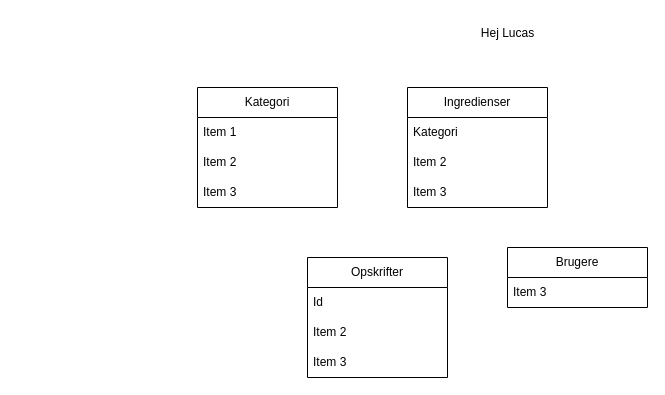
This is HandleLetDomain.drawio from JaisAndersen/HandleLet, a draw.io file, before an edit. Source tidied: cells renumbered, new cells numbered last; positions are measured from the earlier drawing's top-left corner, leaving out a move shared by most shapes. Both pictures are drawn from the tidied source at 100%, with x=0, y=0 at pixel (197, 20).
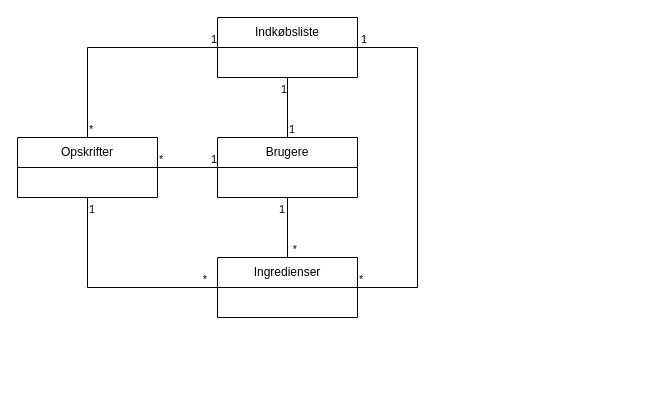
The same diagram, later.

Change to the diagram source:
```diff
@@
     <mxCell id="2" value="Ingredienser" style="swimlane;fontStyle=0;horizontal=1;startSize=30;whiteSpace=wrap;html=1;" parent="1" vertex="1">
-      <mxGeometry x="210" y="67" width="140" height="120" as="geometry" />
+      <mxGeometry x="20" y="237" width="140" height="60" as="geometry" />
     </mxCell>
-    <mxCell id="3" value="Kategori" style="text;strokeColor=none;fillColor=none;align=left;verticalAlign=middle;spacingLeft=4;spacingRight=4;overflow=hidden;whiteSpace=wrap;html=1;" parent="2" vertex="1">
-      <mxGeometry y="30" width="140" height="30" as="geometry" />
-    </mxCell>
-    <mxCell id="4" value="Item 2" style="text;strokeColor=none;fillColor=none;align=left;verticalAlign=middle;spacingLeft=4;spacingRight=4;overflow=hidden;whiteSpace=wrap;html=1;" parent="2" vertex="1">
-      <mxGeometry y="60" width="140" height="30" as="geometry" />
-    </mxCell>
-    <mxCell id="5" value="Item 3" style="text;strokeColor=none;fillColor=none;align=left;verticalAlign=middle;spacingLeft=4;spacingRight=4;overflow=hidden;whiteSpace=wrap;html=1;" parent="2" vertex="1">
-      <mxGeometry y="90" width="140" height="30" as="geometry" />
-    </mxCell>
     <mxCell id="6" value="Opskrifter" style="swimlane;fontStyle=0;horizontal=1;startSize=30;whiteSpace=wrap;html=1;" parent="1" vertex="1">
-      <mxGeometry x="110" y="237" width="140" height="120" as="geometry" />
+      <mxGeometry x="-180" y="117" width="140" height="60" as="geometry" />
     </mxCell>
-    <mxCell id="7" value="Id" style="text;strokeColor=none;fillColor=none;align=left;verticalAlign=middle;spacingLeft=4;spacingRight=4;overflow=hidden;whiteSpace=wrap;html=1;" parent="6" vertex="1">
-      <mxGeometry y="30" width="140" height="30" as="geometry" />
-    </mxCell>
-    <mxCell id="8" value="Item 2" style="text;strokeColor=none;fillColor=none;align=left;verticalAlign=middle;spacingLeft=4;spacingRight=4;overflow=hidden;whiteSpace=wrap;html=1;" parent="6" vertex="1">
-      <mxGeometry y="60" width="140" height="30" as="geometry" />
-    </mxCell>
-    <mxCell id="9" value="Item 3" style="text;strokeColor=none;fillColor=none;align=left;verticalAlign=middle;spacingLeft=4;spacingRight=4;overflow=hidden;whiteSpace=wrap;html=1;" parent="6" vertex="1">
-      <mxGeometry y="90" width="140" height="30" as="geometry" />
-    </mxCell>
     <mxCell id="10" value="Brugere" style="swimlane;fontStyle=0;horizontal=1;startSize=30;whiteSpace=wrap;html=1;" parent="1" vertex="1">
-      <mxGeometry x="310" y="227" width="140" height="60" as="geometry" />
+      <mxGeometry x="20" y="117" width="140" height="60" as="geometry" />
     </mxCell>
-    <mxCell id="11" value="Item 3" style="text;strokeColor=none;fillColor=none;align=left;verticalAlign=middle;spacingLeft=4;spacingRight=4;overflow=hidden;whiteSpace=wrap;html=1;" parent="10" vertex="1">
-      <mxGeometry y="30" width="140" height="30" as="geometry" />
-    </mxCell>
-    <mxCell id="12" value="Hej Lucas&lt;div&gt;&lt;br&gt;&lt;/div&gt;" style="text;html=1;align=center;verticalAlign=middle;strokeColor=none;fillColor=none;" parent="1" vertex="1">
-      <mxGeometry x="270" width="80" height="40" as="geometry" />
-    </mxCell>
-    <mxCell id="13" value="Kategori" style="swimlane;fontStyle=0;horizontal=1;startSize=30;whiteSpace=wrap;html=1;" parent="1" vertex="1">
-      <mxGeometry y="67" width="140" height="120" as="geometry" />
+    <mxCell id="13" value="Indkøbsliste" style="swimlane;fontStyle=0;horizontal=1;startSize=30;whiteSpace=wrap;html=1;" parent="1" vertex="1">
+      <mxGeometry x="20" y="-3" width="140" height="60" as="geometry" />
     </mxCell>
-    <mxCell id="14" value="Item 1" style="text;strokeColor=none;fillColor=none;align=left;verticalAlign=middle;spacingLeft=4;spacingRight=4;overflow=hidden;whiteSpace=wrap;html=1;" parent="13" vertex="1">
-      <mxGeometry y="30" width="140" height="30" as="geometry" />
-    </mxCell>
-    <mxCell id="15" value="Item 2" style="text;strokeColor=none;fillColor=none;align=left;verticalAlign=middle;spacingLeft=4;spacingRight=4;overflow=hidden;whiteSpace=wrap;html=1;" parent="13" vertex="1">
-      <mxGeometry y="60" width="140" height="30" as="geometry" />
-    </mxCell>
-    <mxCell id="16" value="Item 3" style="text;strokeColor=none;fillColor=none;align=left;verticalAlign=middle;spacingLeft=4;spacingRight=4;overflow=hidden;whiteSpace=wrap;html=1;" parent="13" vertex="1">
-      <mxGeometry y="90" width="140" height="30" as="geometry" />
-    </mxCell>
+    <mxCell id="17" style="endArrow=none;html=1;edgeStyle=orthogonalEdgeStyle;rounded=0;" parent="1" edge="1" source="6" target="2">
+      <mxGeometry relative="1" as="geometry">
+        <Array as="points">
+          <mxPoint x="-110" y="267" />
+        </Array>
+      </mxGeometry>
+    </mxCell>
+    <mxCell id="18" value="1" style="edgeLabel;html=1;align=left;verticalAlign=bottom;" parent="17" vertex="1">
+      <mxGeometry x="-1" relative="1" as="geometry">
+        <mxPoint y="20" as="offset" />
+      </mxGeometry>
+    </mxCell>
+    <mxCell id="19" value="*" style="edgeLabel;html=1;align=right;verticalAlign=bottom;" parent="17" vertex="1">
+      <mxGeometry x="1" relative="1" as="geometry">
+        <mxPoint x="-10" as="offset" />
+      </mxGeometry>
+    </mxCell>
+    <mxCell id="20" style="endArrow=none;html=1;edgeStyle=orthogonalEdgeStyle;rounded=0;" parent="1" edge="1" source="2" target="13">
+      <mxGeometry relative="1" as="geometry">
+        <Array as="points">
+          <mxPoint x="220" y="267" />
+          <mxPoint x="220" y="27" />
+        </Array>
+      </mxGeometry>
+    </mxCell>
+    <mxCell id="21" value="*" style="edgeLabel;html=1;align=left;verticalAlign=bottom;" parent="20" vertex="1">
+      <mxGeometry x="-1" relative="1" as="geometry" />
+    </mxCell>
+    <mxCell id="22" value="1" style="edgeLabel;html=1;align=right;verticalAlign=bottom;" parent="20" vertex="1">
+      <mxGeometry x="1" relative="1" as="geometry">
+        <mxPoint x="10" as="offset" />
+      </mxGeometry>
+    </mxCell>
+    <mxCell id="23" style="endArrow=none;html=1;edgeStyle=orthogonalEdgeStyle;rounded=0;" parent="1" edge="1" source="6" target="10">
+      <mxGeometry relative="1" as="geometry" />
+    </mxCell>
+    <mxCell id="24" value="*" style="edgeLabel;html=1;align=left;verticalAlign=bottom;" parent="23" vertex="1">
+      <mxGeometry x="-1" relative="1" as="geometry" />
+    </mxCell>
+    <mxCell id="25" value="1" style="edgeLabel;html=1;align=right;verticalAlign=bottom;" parent="23" vertex="1">
+      <mxGeometry x="1" relative="1" as="geometry" />
+    </mxCell>
+    <mxCell id="26" style="endArrow=none;html=1;edgeStyle=orthogonalEdgeStyle;rounded=0;" parent="1" edge="1" source="6" target="13">
+      <mxGeometry relative="1" as="geometry">
+        <Array as="points">
+          <mxPoint x="-110" y="27" />
+        </Array>
+      </mxGeometry>
+    </mxCell>
+    <mxCell id="27" value="*" style="edgeLabel;html=1;align=left;verticalAlign=bottom;" parent="26" vertex="1">
+      <mxGeometry x="-1" relative="1" as="geometry" />
+    </mxCell>
+    <mxCell id="28" value="1" style="edgeLabel;html=1;align=right;verticalAlign=bottom;" parent="26" vertex="1">
+      <mxGeometry x="1" relative="1" as="geometry" />
+    </mxCell>
+    <mxCell id="29" style="endArrow=none;html=1;edgeStyle=orthogonalEdgeStyle;rounded=0;" parent="1" edge="1" source="10" target="13">
+      <mxGeometry relative="1" as="geometry" />
+    </mxCell>
+    <mxCell id="30" value="1" style="edgeLabel;html=1;align=left;verticalAlign=bottom;" parent="29" vertex="1">
+      <mxGeometry x="-1" relative="1" as="geometry" />
+    </mxCell>
+    <mxCell id="31" value="1" style="edgeLabel;html=1;align=right;verticalAlign=bottom;" parent="29" vertex="1">
+      <mxGeometry x="1" relative="1" as="geometry">
+        <mxPoint y="20" as="offset" />
+      </mxGeometry>
+    </mxCell>
+    <mxCell id="32" style="endArrow=none;html=1;edgeStyle=orthogonalEdgeStyle;rounded=0;" parent="1" edge="1" source="10" target="2">
+      <mxGeometry relative="1" as="geometry" />
+    </mxCell>
+    <mxCell id="33" value="1" style="edgeLabel;html=1;align=left;verticalAlign=bottom;" parent="32" vertex="1">
+      <mxGeometry x="-1" relative="1" as="geometry">
+        <mxPoint x="-10" y="20" as="offset" />
+      </mxGeometry>
+    </mxCell>
+    <mxCell id="34" value="*" style="edgeLabel;html=1;align=right;verticalAlign=bottom;" parent="32" vertex="1">
+      <mxGeometry x="1" relative="1" as="geometry">
+        <mxPoint x="10" as="offset" />
+      </mxGeometry>
+    </mxCell>
```
